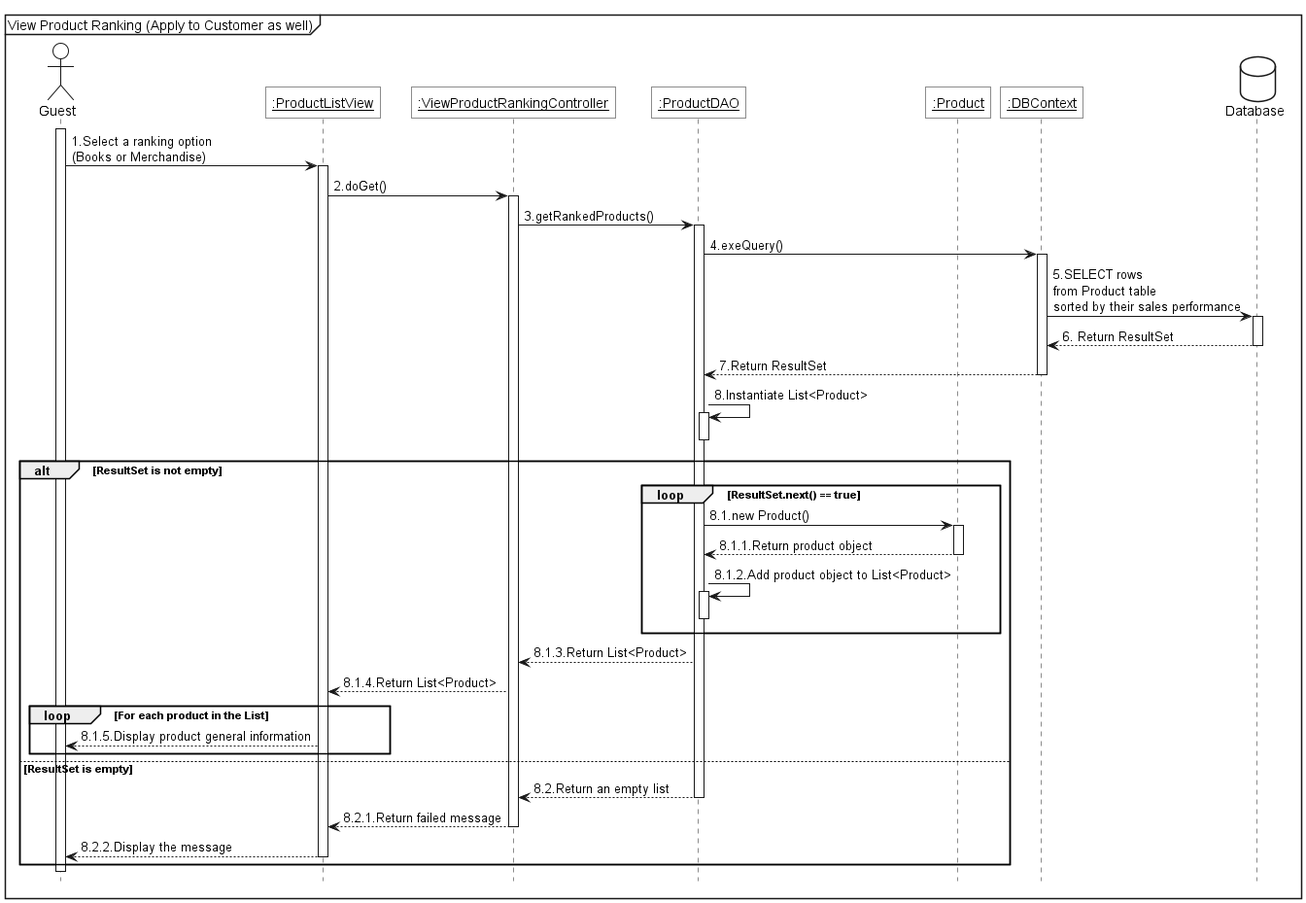
Above: diagram/sequence/product/out/guest-customer/guest_view_ranked/guest_view_ranked_product_list/guest_view_ranked_product_list.png in tienminhthanh/ProjectSWP391 (PlantUML), before the change.
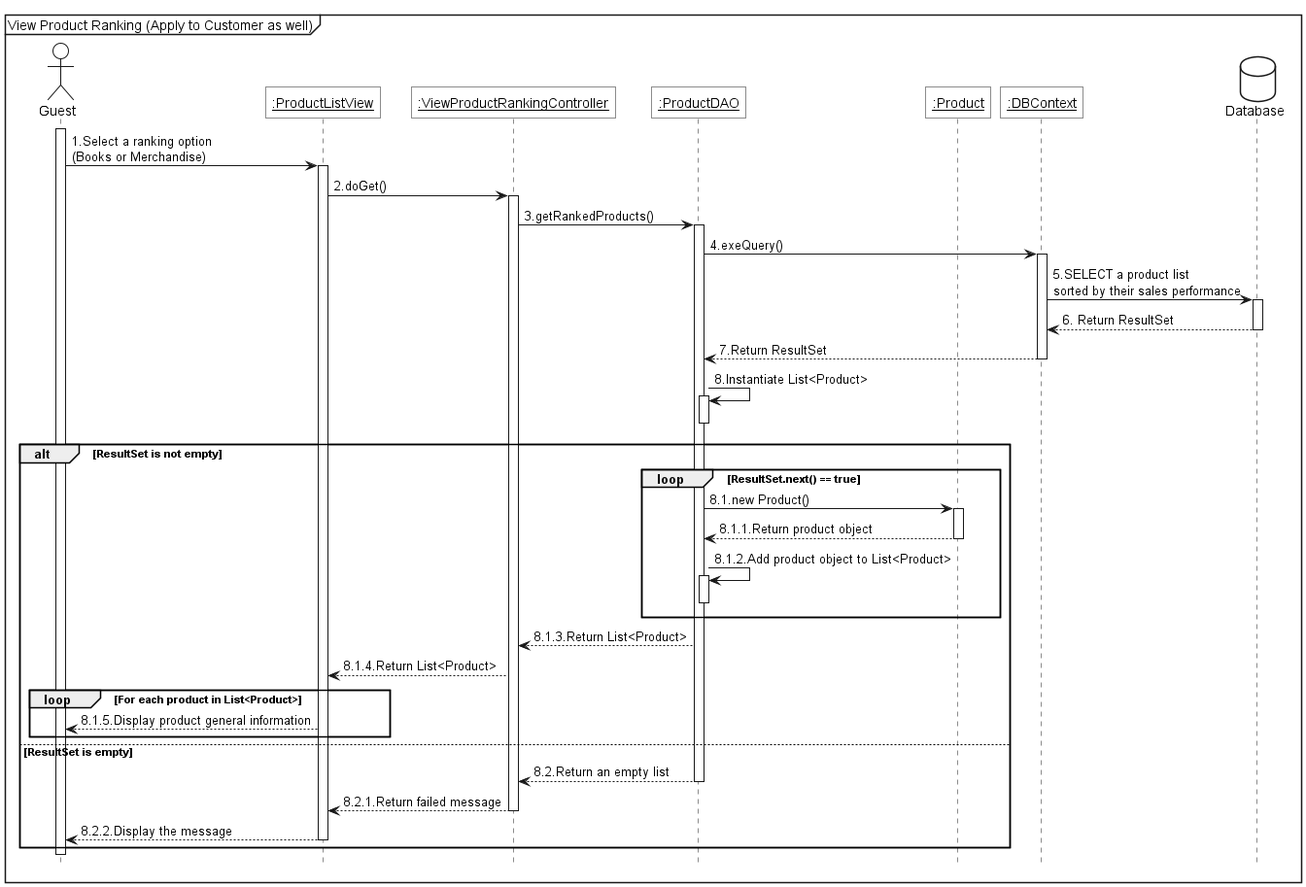
Above is the later version.

What changed in the source:
```diff
@@ -26,7 +26,7 @@
 view->ctrl++:2.doGet()
 ctrl->dao++:3.getRankedProducts()
 dao->ctx++:4.exeQuery()
-ctx -> db++:5.SELECT rows\nfrom Product table\nsorted by their sales performance
+ctx -> db++:5.SELECT a product list\nsorted by their sales performance
 db -->ctx--:6. Return ResultSet
 ctx-->dao--:7.Return ResultSet
 dao->dao++:8.Instantiate List<Product>
@@ -43,7 +43,7 @@
     dao --> ctrl:8.1.3.Return List<Product>
     ctrl --> view:8.1.4.Return List<Product>
 
-    loop For each product in the List
+    loop For each product in List<Product>
         view --> act:8.1.5.Display product general information
     end
 else ResultSet is empty
```
